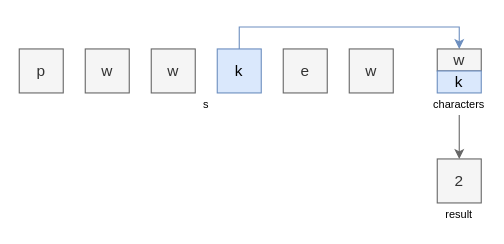
Above: page "3" (3 of 4) of problems/problem3.drawio in hanggrian/grind-leetcode (draw.io), before the change. Source tidied: cells renumbered, new cells numbered last; positions are measured from the earlier drawing's top-left corner, leaving out a move shared by most shapes. Both pictures are drawn from the tidied source at 110%, with x=0, y=0 at pixel (19, 48).
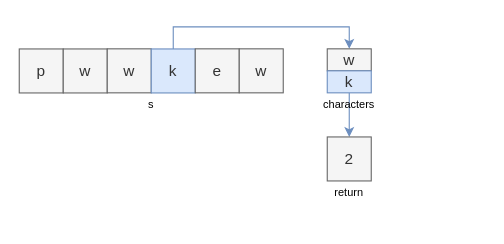
Above is the later version.

What changed in the source:
```diff
@@
 <mxGraphModel>
   <root>
     <mxCell id="0" />
     <mxCell id="1" parent="0" />
     <mxCell id="2" value="p" style="text;html=1;align=center;verticalAlign=middle;whiteSpace=wrap;rounded=0;fillColor=#f5f5f5;strokeColor=#666666;fontSize=14;fontColor=#333333;" parent="1" vertex="1">
       <mxGeometry width="40" height="40" as="geometry" />
     </mxCell>
     <mxCell id="3" value="w" style="text;html=1;align=center;verticalAlign=middle;whiteSpace=wrap;rounded=0;fillColor=#f5f5f5;strokeColor=#666666;fontSize=14;fontColor=#333333;" parent="1" vertex="1">
-      <mxGeometry x="60" width="40" height="40" as="geometry" />
+      <mxGeometry x="40" width="40" height="40" as="geometry" />
     </mxCell>
     <mxCell id="4" value="w" style="text;html=1;align=center;verticalAlign=middle;whiteSpace=wrap;rounded=0;fillColor=#f5f5f5;strokeColor=#666666;fontSize=14;fontColor=#333333;" parent="1" vertex="1">
-      <mxGeometry x="120" width="40" height="40" as="geometry" />
+      <mxGeometry x="80" y="-0.1" width="40" height="40" as="geometry" />
     </mxCell>
     <mxCell id="5" style="edgeStyle=orthogonalEdgeStyle;rounded=0;jettySize=auto;html=1;exitX=0.5;exitY=0;exitDx=0;exitDy=0;entryX=0.5;entryY=0;entryDx=0;entryDy=0;fillColor=#dae8fc;strokeColor=#6c8ebf;" parent="1" edge="1" source="6" target="9">
       <mxGeometry relative="1" as="geometry" />
     </mxCell>
-    <mxCell id="6" value="k" style="text;html=1;align=center;verticalAlign=middle;whiteSpace=wrap;rounded=0;fillColor=#dae8fc;strokeColor=#6c8ebf;fontSize=14;" parent="1" vertex="1">
-      <mxGeometry x="180" width="40" height="40" as="geometry" />
+    <mxCell id="6" value="k" style="text;html=1;align=center;verticalAlign=middle;whiteSpace=wrap;rounded=0;fillColor=#dae8fc;strokeColor=#6c8ebf;fontSize=14;fontColor=#333333;" parent="1" vertex="1">
+      <mxGeometry x="120" width="40" height="40" as="geometry" />
     </mxCell>
     <mxCell id="7" value="e" style="text;html=1;align=center;verticalAlign=middle;whiteSpace=wrap;rounded=0;fillColor=#f5f5f5;strokeColor=#666666;fontSize=14;fontColor=#333333;" parent="1" vertex="1">
-      <mxGeometry x="240" width="40" height="40" as="geometry" />
+      <mxGeometry x="160" y="-0.1" width="40" height="40" as="geometry" />
     </mxCell>
     <mxCell id="8" value="w" style="text;html=1;align=center;verticalAlign=middle;whiteSpace=wrap;rounded=0;fillColor=#f5f5f5;strokeColor=#666666;fontSize=14;fontColor=#333333;" parent="1" vertex="1">
-      <mxGeometry x="300" width="40" height="40" as="geometry" />
+      <mxGeometry x="200" y="-0.1" width="40" height="40" as="geometry" />
     </mxCell>
     <mxCell id="9" value="w" style="text;html=1;align=center;verticalAlign=middle;whiteSpace=wrap;rounded=0;fillColor=#f5f5f5;strokeColor=#666666;fontSize=14;fontStyle=0;fontColor=#333333;" parent="1" vertex="1">
-      <mxGeometry x="380" width="40" height="20" as="geometry" />
+      <mxGeometry x="280" y="-0.1" width="40" height="20" as="geometry" />
     </mxCell>
     <mxCell id="10" value="s" style="text;html=1;align=center;verticalAlign=middle;whiteSpace=wrap;rounded=0;fontSize=10;" parent="1" vertex="1">
-      <mxGeometry y="40" width="340" height="20" as="geometry" />
+      <mxGeometry y="40" width="240" height="20" as="geometry" />
     </mxCell>
-    <mxCell id="11" style="edgeStyle=orthogonalEdgeStyle;rounded=0;jettySize=auto;html=1;exitX=0.5;exitY=1;exitDx=0;exitDy=0;entryX=0.5;entryY=0;entryDx=0;entryDy=0;fillColor=#f5f5f5;strokeColor=#666666;" parent="1" edge="1" source="12" target="13">
-      <mxGeometry relative="1" as="geometry" />
+    <mxCell id="11" style="edgeStyle=orthogonalEdgeStyle;rounded=0;jettySize=auto;html=1;exitX=0.5;exitY=0;exitDx=0;exitDy=0;entryX=0.5;entryY=0;entryDx=0;entryDy=0;fillColor=#dae8fc;strokeColor=#6c8ebf;" parent="1" edge="1" source="12" target="13">
+      <mxGeometry relative="1" as="geometry">
+        <Array as="points">
+          <mxPoint x="300" y="70" />
+          <mxPoint x="300" y="70" />
+        </Array>
+      </mxGeometry>
     </mxCell>
     <mxCell id="12" value="characters" style="text;html=1;align=center;verticalAlign=middle;whiteSpace=wrap;rounded=0;fontSize=10;" parent="1" vertex="1">
-      <mxGeometry x="380" y="40" width="40" height="20" as="geometry" />
+      <mxGeometry x="280" y="39.9" width="40" height="20" as="geometry" />
     </mxCell>
     <mxCell id="13" value="2" style="text;html=1;align=center;verticalAlign=middle;whiteSpace=wrap;rounded=0;fillColor=#f5f5f5;strokeColor=#666666;fontSize=14;fontColor=#333333;" parent="1" vertex="1">
-      <mxGeometry x="380" y="100" width="40" height="40" as="geometry" />
+      <mxGeometry x="280" y="80" width="40" height="40" as="geometry" />
     </mxCell>
-    <mxCell id="14" value="result" style="text;html=1;align=center;verticalAlign=middle;whiteSpace=wrap;rounded=0;fontSize=10;" parent="1" vertex="1">
-      <mxGeometry x="380" y="140" width="40" height="20" as="geometry" />
+    <mxCell id="14" value="return" style="text;html=1;align=center;verticalAlign=middle;whiteSpace=wrap;rounded=0;fontSize=10;" parent="1" vertex="1">
+      <mxGeometry x="280" y="120" width="40" height="20" as="geometry" />
     </mxCell>
-    <mxCell id="15" value="k" style="text;html=1;align=center;verticalAlign=middle;whiteSpace=wrap;rounded=0;fillColor=#dae8fc;strokeColor=#6c8ebf;fontSize=14;fontStyle=0;" parent="1" vertex="1">
-      <mxGeometry x="380" y="20" width="40" height="20" as="geometry" />
+    <mxCell id="15" value="k" style="text;html=1;align=center;verticalAlign=middle;whiteSpace=wrap;rounded=0;fillColor=#dae8fc;strokeColor=#6c8ebf;fontSize=14;fontStyle=0;fontColor=#333333;" parent="1" vertex="1">
+      <mxGeometry x="280" y="19.9" width="40" height="20" as="geometry" />
     </mxCell>
   </root>
 </mxGraphModel>
```
